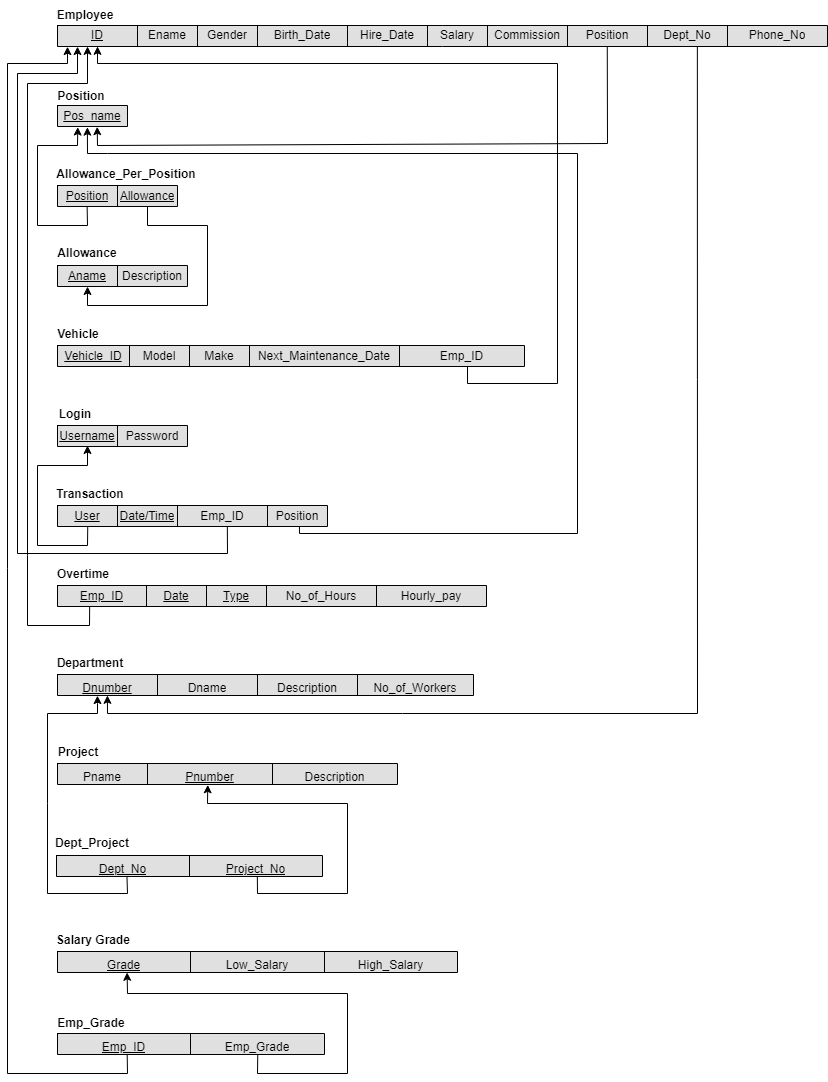
Earlier version of the draw.io export Phase 1/Relational Schema.drawio.png (AhmedElkhashn/DB-project). Source tidied: cells renumbered, new cells last; positions are measured from the earlier drawing's top-left corner, leaving out a move shared by most shapes.
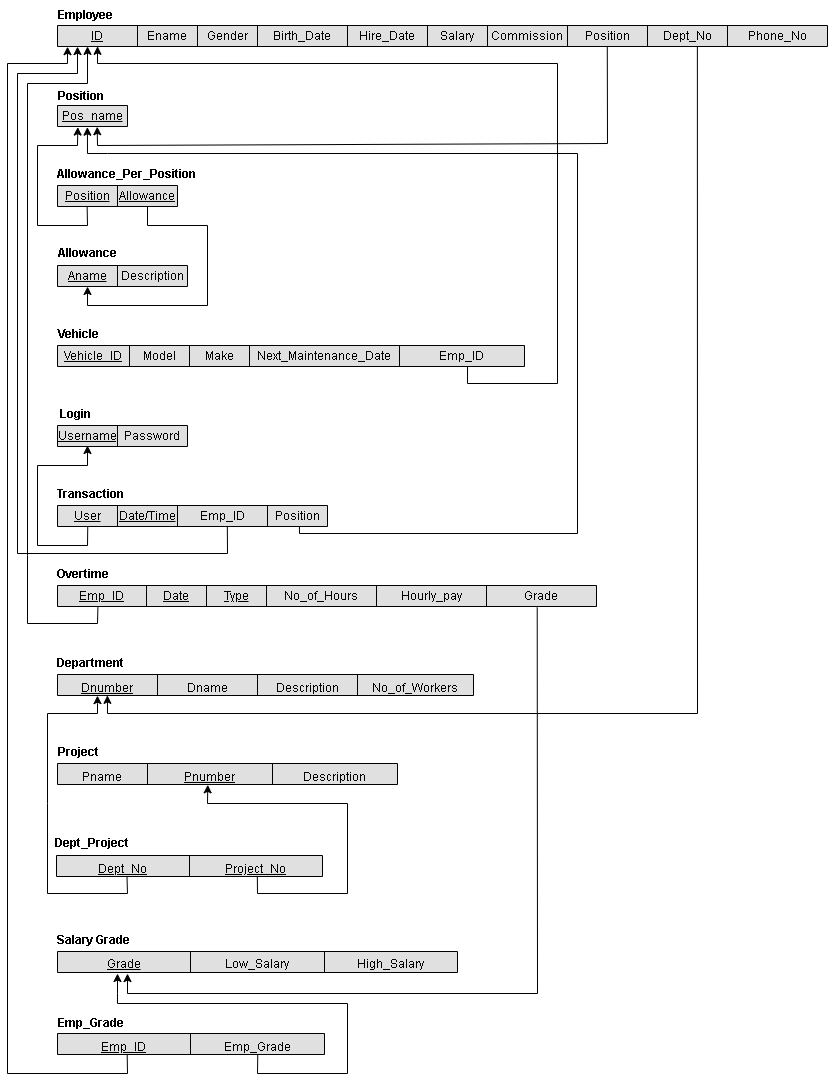
After the commit.

The edit, as a diff of the source:
```diff
@@ -143,10 +143,10 @@
       </mxGeometry>
     </mxCell>
     <mxCell id="46" style="shape=table;startSize=0;fontSize=16;fillColor=#E0E0E0;fontColor=#333333;strokeColor=#000000;fontStyle=4;" parent="1" vertex="1">
-      <mxGeometry x="50" y="585" width="429" height="21" as="geometry" />
+      <mxGeometry x="50" y="585" width="539" height="21" as="geometry" />
     </mxCell>
     <mxCell id="47" style="shape=tableRow;horizontal=0;startSize=0;swimlaneHead=0;swimlaneBody=0;strokeColor=inherit;top=0;left=0;bottom=0;right=0;fillColor=none;points=[[0,0.5],[1,0.5]];portConstraint=eastwest;fontSize=16;" parent="46" vertex="1">
-      <mxGeometry width="429" height="21" as="geometry" />
+      <mxGeometry width="539" height="21" as="geometry" />
     </mxCell>
     <mxCell id="48" value="&lt;u&gt;Emp_ID&lt;/u&gt;" style="shape=partialRectangle;html=1;whiteSpace=wrap;strokeColor=inherit;overflow=hidden;fillColor=none;top=0;left=0;bottom=0;right=0;fontSize=12;" parent="47" vertex="1">
       <mxGeometry width="89" height="21" as="geometry" />
@@ -163,14 +163,17 @@
     <mxCell id="52" value="Hourly_pay" style="shape=partialRectangle;html=1;whiteSpace=wrap;strokeColor=inherit;overflow=hidden;fillColor=none;top=0;left=0;bottom=0;right=0;fontSize=12;" parent="47" vertex="1">
       <mxGeometry x="319" width="110" height="21" as="geometry" />
     </mxCell>
+    <mxCell id="99" value="Grade" style="shape=partialRectangle;html=1;whiteSpace=wrap;strokeColor=inherit;overflow=hidden;fillColor=none;top=0;left=0;bottom=0;right=0;fontSize=12;" parent="47" vertex="1">
+      <mxGeometry x="429" width="110" height="21" as="geometry" />
+    </mxCell>
     <mxCell id="53" value="Overtime" style="text;html=1;strokeColor=none;fillColor=none;align=center;verticalAlign=middle;whiteSpace=wrap;rounded=0;fontStyle=1;" parent="1" vertex="1">
       <mxGeometry x="46" y="559" width="60" height="30" as="geometry" />
     </mxCell>
     <mxCell id="54" style="endArrow=classic;html=1;rounded=0;exitX=0.075;exitY=1.011;exitDx=0;exitDy=0;exitPerimeter=0;entryX=0.039;entryY=0.996;entryDx=0;entryDy=0;entryPerimeter=0;" parent="1" edge="1" source="47" target="3">
       <mxGeometry relative="1" as="geometry">
         <Array as="points">
-          <mxPoint x="82" y="625" />
-          <mxPoint x="20" y="625" />
+          <mxPoint x="90" y="623" />
+          <mxPoint x="20" y="623" />
           <mxPoint x="20" y="555" />
           <mxPoint x="20" y="83" />
           <mxPoint x="80" y="83" />
@@ -375,15 +378,24 @@
         </Array>
       </mxGeometry>
     </mxCell>
-    <mxCell id="98" style="endArrow=classic;html=1;rounded=0;entryX=0.174;entryY=0.994;entryDx=0;entryDy=0;entryPerimeter=0;exitX=0.75;exitY=1.02;exitDx=0;exitDy=0;exitPerimeter=0;" parent="1" edge="1" source="93" target="74">
+    <mxCell id="98" style="endArrow=classic;html=1;rounded=0;entryX=0.15;entryY=1.048;entryDx=0;entryDy=0;entryPerimeter=0;exitX=0.75;exitY=1.02;exitDx=0;exitDy=0;exitPerimeter=0;" parent="1" edge="1" source="93" target="74">
       <mxGeometry relative="1" as="geometry">
         <Array as="points">
           <mxPoint x="250" y="1073" />
           <mxPoint x="340" y="1073" />
-          <mxPoint x="340" y="993" />
-          <mxPoint x="120" y="993" />
+          <mxPoint x="340" y="1003" />
+          <mxPoint x="110" y="1003" />
+          <mxPoint x="110" y="993" />
         </Array>
       </mxGeometry>
     </mxCell>
+    <mxCell id="100" style="endArrow=classic;html=1;rounded=0;entryX=0.175;entryY=1.051;entryDx=0;entryDy=0;entryPerimeter=0;exitX=0.89;exitY=1.048;exitDx=0;exitDy=0;exitPerimeter=0;" parent="1" edge="1" source="46" target="73">
+      <mxGeometry relative="1" as="geometry">
+        <Array as="points">
+          <mxPoint x="530" y="993" />
+          <mxPoint x="120" y="993" />
+        </Array>
+      </mxGeometry>
+    </mxCell>
   </root>
 </mxGraphModel>
```
